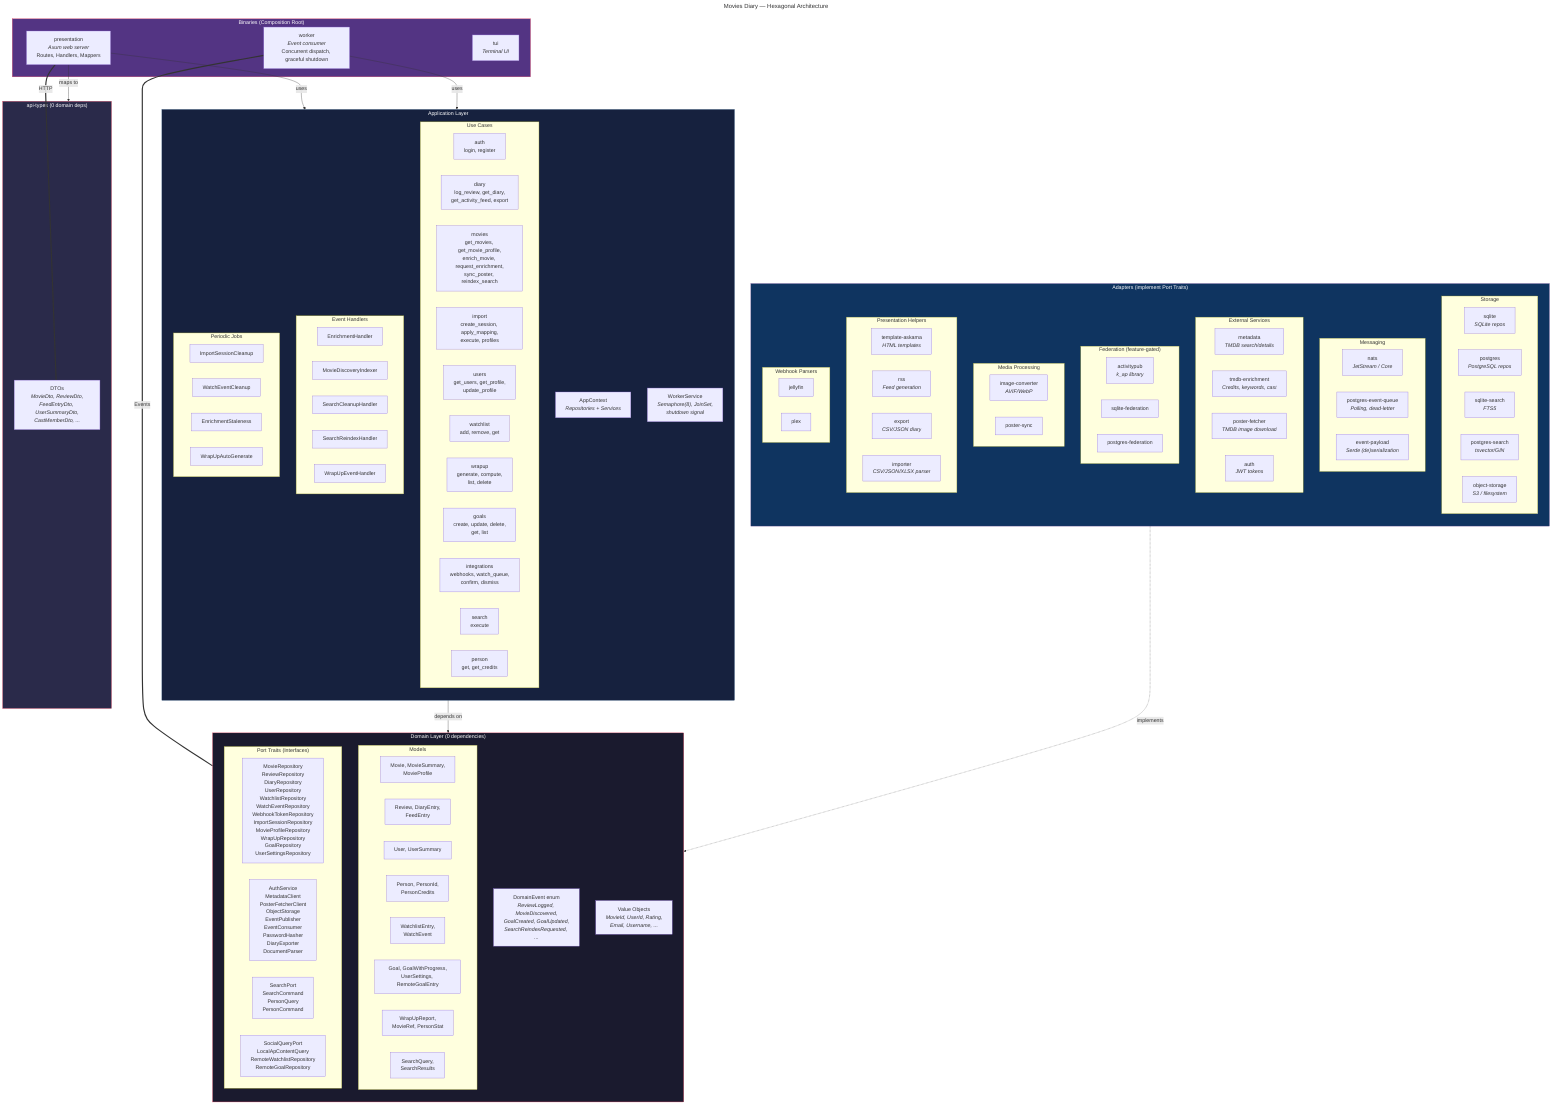
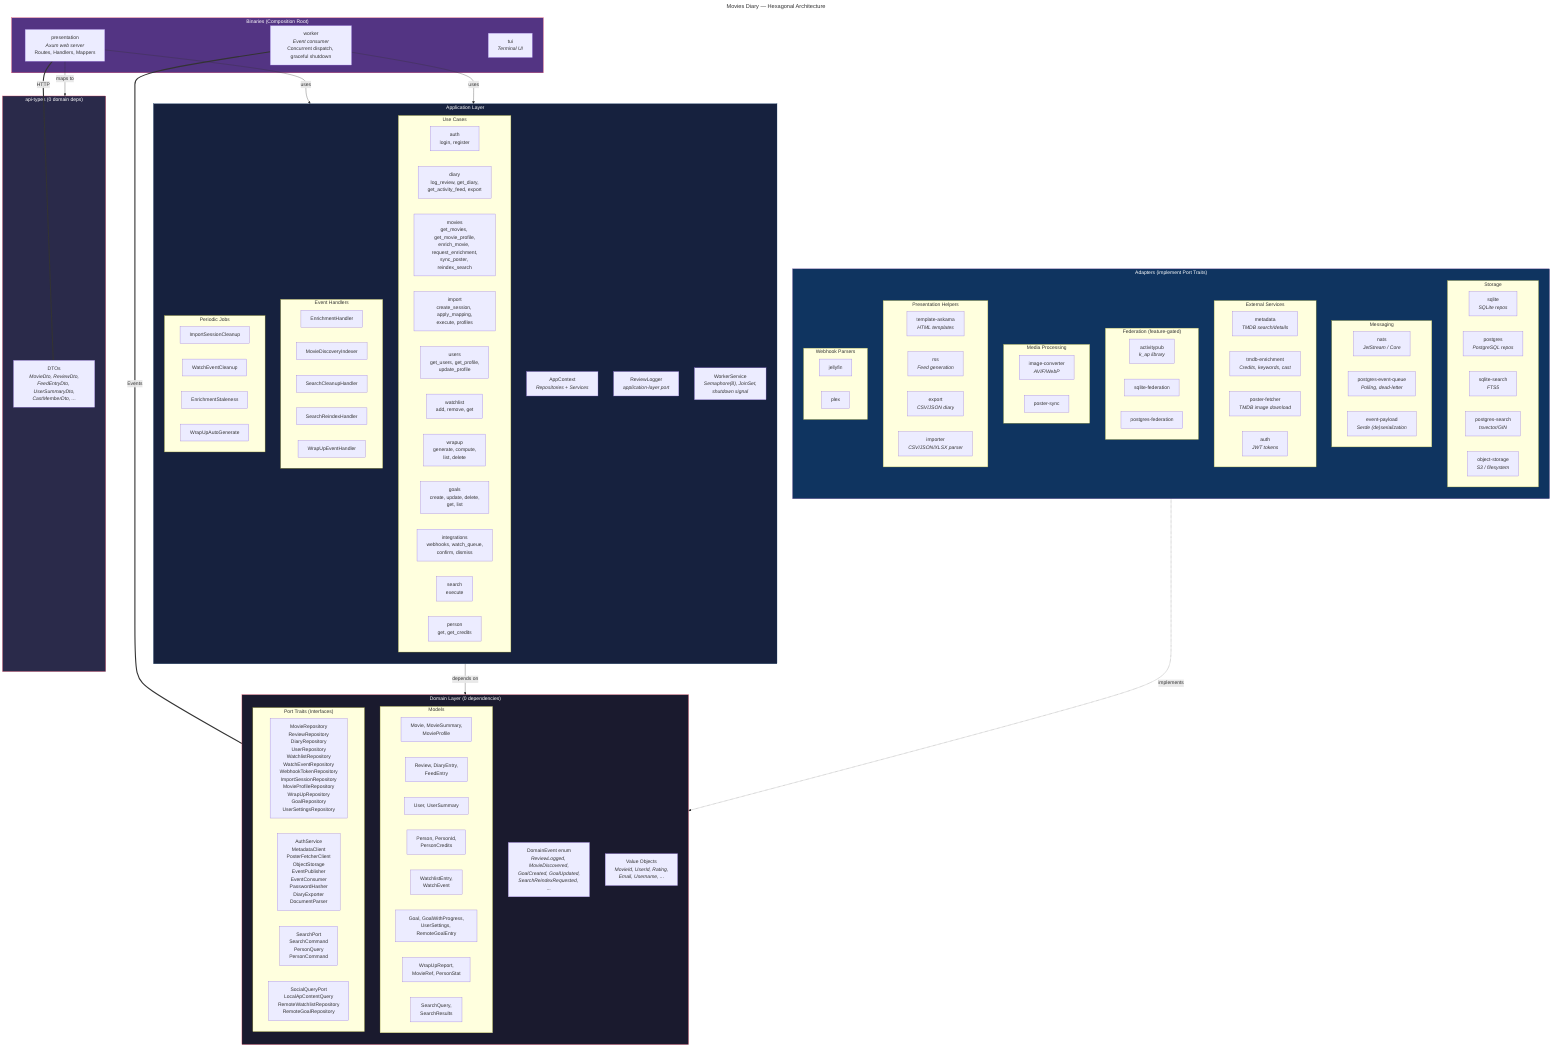
---
title: Movies Diary — Hexagonal Architecture
---
graph TB
    subgraph Binaries["Binaries (Composition Root)"]
        WEB["presentation<br/><i>Axum web server</i><br/>Routes, Handlers, Mappers"]
        WORKER["worker<br/><i>Event consumer</i><br/>Concurrent dispatch, graceful shutdown"]
        TUI["tui<br/><i>Terminal UI</i>"]
    end

    subgraph Application["Application Layer"]
        direction TB
        CTX["AppContext<br/><i>Repositories + Services</i>"]
+         APP_PORTS["ReviewLogger<br/><i>application-layer port</i>"]
        subgraph UseCases["Use Cases"]
            UC_AUTH["auth<br/>login, register"]
            UC_DIARY["diary<br/>log_review, get_diary,<br/>get_activity_feed, export"]
            UC_MOVIES["movies<br/>get_movies, get_movie_profile,<br/>enrich_movie, request_enrichment,<br/>sync_poster, reindex_search"]
            UC_IMPORT["import<br/>create_session, apply_mapping,<br/>execute, profiles"]
            UC_USERS["users<br/>get_users, get_profile,<br/>update_profile"]
            UC_WATCHLIST["watchlist<br/>add, remove, get"]
            UC_WRAPUP["wrapup<br/>generate, compute,<br/>list, delete"]
            UC_GOALS["goals<br/>create, update, delete,<br/>get, list"]
            UC_INTEGRATIONS["integrations<br/>webhooks, watch_queue,<br/>confirm, dismiss"]
            UC_SEARCH["search<br/>execute"]
            UC_PERSON["person<br/>get, get_credits"]
        end
        subgraph EventHandlers["Event Handlers"]
            EH_ENRICH["EnrichmentHandler"]
            EH_DISCOVER["MovieDiscoveryIndexer"]
            EH_CLEANUP["SearchCleanupHandler"]
            EH_REINDEX["SearchReindexHandler"]
            EH_WRAPUP["WrapUpEventHandler"]
        end
        subgraph Jobs["Periodic Jobs"]
            JOB_IMPORT["ImportSessionCleanup"]
            JOB_WATCH["WatchEventCleanup"]
            JOB_STALE["EnrichmentStaleness"]
            JOB_WRAPGEN["WrapUpAutoGenerate"]
        end
        WORKER_SVC["WorkerService<br/><i>Semaphore(8), JoinSet,<br/>shutdown signal</i>"]
    end

    subgraph Domain["Domain Layer (0 dependencies)"]
        direction TB
        subgraph Models["Models"]
            M_MOVIE["Movie, MovieSummary,<br/>MovieProfile"]
            M_REVIEW["Review, DiaryEntry,<br/>FeedEntry"]
            M_USER["User, UserSummary"]
            M_PERSON["Person, PersonId,<br/>PersonCredits"]
            M_WATCHLIST["WatchlistEntry,<br/>WatchEvent"]
            M_GOAL["Goal, GoalWithProgress,<br/>UserSettings, RemoteGoalEntry"]
            M_WRAPUP["WrapUpReport,<br/>MovieRef, PersonStat"]
            M_SEARCH["SearchQuery,<br/>SearchResults"]
        end
        subgraph Ports["Port Traits (Interfaces)"]
            P_REPOS["MovieRepository<br/>ReviewRepository<br/>DiaryRepository<br/>UserRepository<br/>WatchlistRepository<br/>WatchEventRepository<br/>WebhookTokenRepository<br/>ImportSessionRepository<br/>MovieProfileRepository<br/>WrapUpRepository<br/>GoalRepository<br/>UserSettingsRepository"]
            P_SERVICES["AuthService<br/>MetadataClient<br/>PosterFetcherClient<br/>ObjectStorage<br/>EventPublisher<br/>EventConsumer<br/>PasswordHasher<br/>DiaryExporter<br/>DocumentParser"]
            P_SEARCH["SearchPort<br/>SearchCommand<br/>PersonQuery<br/>PersonCommand"]
            P_FEDERATION["SocialQueryPort<br/>LocalApContentQuery<br/>RemoteWatchlistRepository<br/>RemoteGoalRepository"]
        end
        EVENTS["DomainEvent enum<br/><i>ReviewLogged, MovieDiscovered,<br/>GoalCreated, GoalUpdated,<br/>SearchReindexRequested, ...</i>"]
        VO["Value Objects<br/><i>MovieId, UserId, Rating,<br/>Email, Username, ...</i>"]
    end

    subgraph ApiTypes["api-types (0 domain deps)"]
        DTO["DTOs<br/><i>MovieDto, ReviewDto,<br/>FeedEntryDto, UserSummaryDto,<br/>CastMemberDto, ...</i>"]
    end

    subgraph Adapters["Adapters (implement Port Traits)"]
        direction TB
        subgraph Storage["Storage"]
            A_SQLITE["sqlite<br/><i>SQLite repos</i>"]
            A_PG["postgres<br/><i>PostgreSQL repos</i>"]
            A_SQLITE_SEARCH["sqlite-search<br/><i>FTS5</i>"]
            A_PG_SEARCH["postgres-search<br/><i>tsvector/GIN</i>"]
            A_OBJ["object-storage<br/><i>S3 / filesystem</i>"]
        end
        subgraph Messaging["Messaging"]
            A_NATS["nats<br/><i>JetStream / Core</i>"]
            A_PG_QUEUE["postgres-event-queue<br/><i>Polling, dead-letter</i>"]
            A_PAYLOAD["event-payload<br/><i>Serde (de)serialization</i>"]
        end
        subgraph External["External Services"]
            A_METADATA["metadata<br/><i>TMDB search/details</i>"]
            A_TMDB["tmdb-enrichment<br/><i>Credits, keywords, cast</i>"]
            A_POSTER["poster-fetcher<br/><i>TMDB image download</i>"]
            A_AUTH["auth<br/><i>JWT tokens</i>"]
        end
        subgraph Federation["Federation (feature-gated)"]
            A_AP["activitypub<br/><i>k_ap library</i>"]
            A_SQLITE_FED["sqlite-federation"]
            A_PG_FED["postgres-federation"]
        end
        subgraph Media["Media Processing"]
            A_IMG["image-converter<br/><i>AVIF/WebP</i>"]
            A_POSTER_SYNC["poster-sync"]
        end
        subgraph Presentation["Presentation Helpers"]
            A_TEMPLATE["template-askama<br/><i>HTML templates</i>"]
            A_RSS["rss<br/><i>Feed generation</i>"]
            A_EXPORT["export<br/><i>CSV/JSON diary</i>"]
            A_IMPORT["importer<br/><i>CSV/JSON/XLSX parser</i>"]
        end
        subgraph Webhooks["Webhook Parsers"]
            A_JELLYFIN["jellyfin"]
            A_PLEX["plex"]
        end
    end

    %% Dependency arrows
    WEB -->|"uses"| Application
    WEB -->|"maps to"| ApiTypes
    WORKER -->|"uses"| Application

    Application -->|"depends on"| Domain

    Adapters -.->|"implements"| Ports

    %% Key data flows
    WEB ===|"HTTP"| DTO
    WORKER ===|"Events"| EVENTS

    classDef domain fill:#1a1a2e,stroke:#e94560,color:#fff
    classDef app fill:#16213e,stroke:#0f3460,color:#fff
    classDef adapter fill:#0f3460,stroke:#533483,color:#fff
    classDef binary fill:#533483,stroke:#e94560,color:#fff
    classDef api fill:#2a2a4a,stroke:#e94560,color:#fff

    class Domain domain
    class Application app
    class Adapters adapter
    class Binaries binary
    class ApiTypes api
